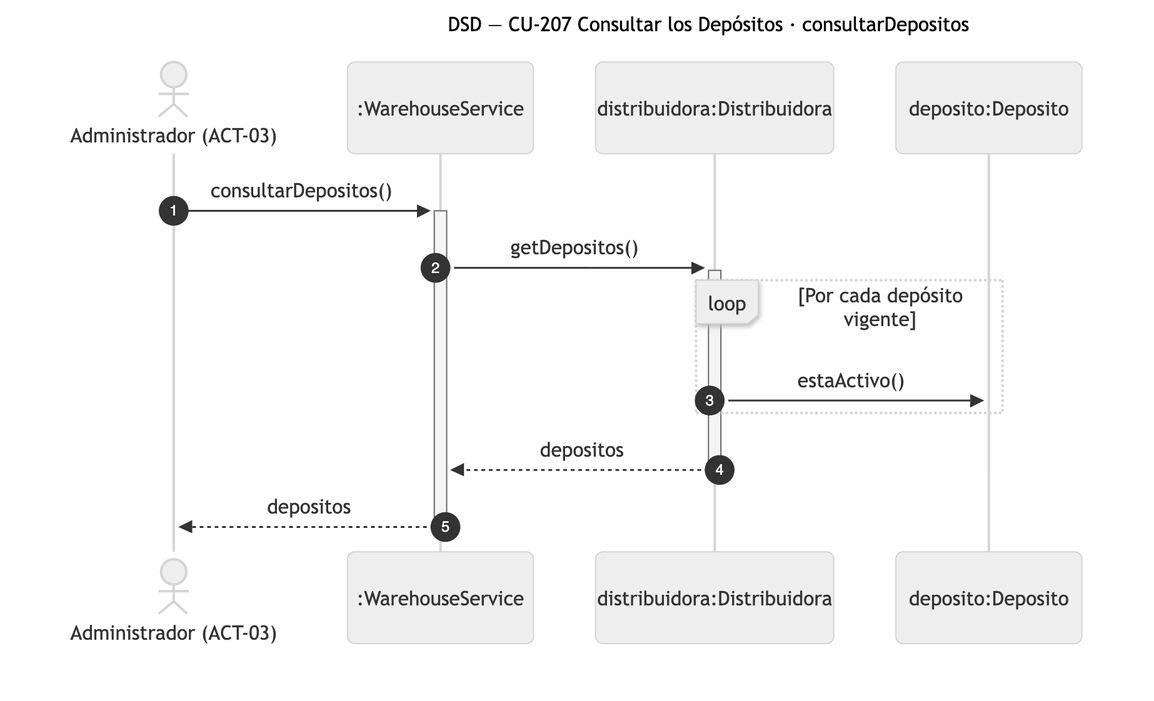
The Mermaid diagram diagramas/png/DSD_CU-207_consultarDepositos.png in Nahuelito-Dev/splg-docs, before a commit. Its source is kept beside it as diagramas/DSD_CU-207_consultarDepositos.mmd.
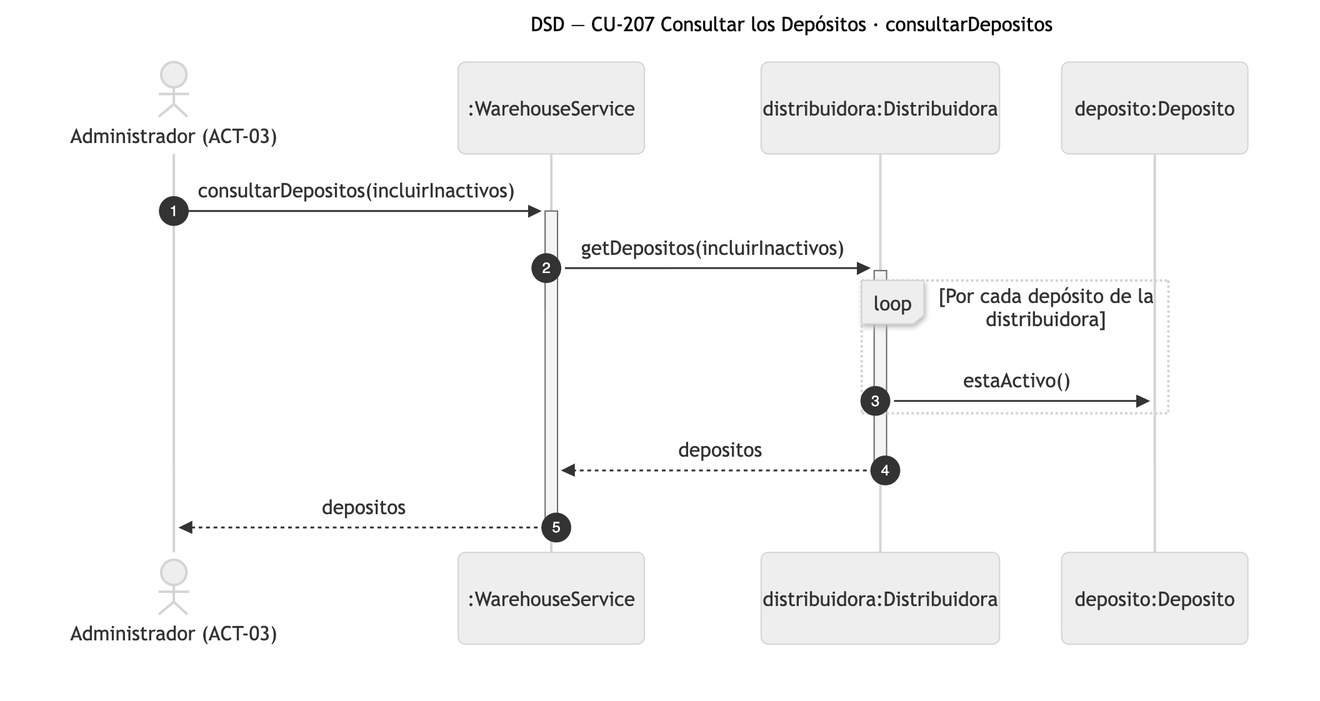
The same diagram one commit later.

The edit, as a diff of the source:
```diff
@@ -6,9 +6,9 @@
     participant DIS as distribuidora:Distribuidora
     participant DEP as deposito:Deposito
 
-    ADM->>+SRV: consultarDepositos()
-    SRV->>+DIS: getDepositos()
-    loop Por cada depósito vigente
+    ADM->>+SRV: consultarDepositos(incluirInactivos)
+    SRV->>+DIS: getDepositos(incluirInactivos)
+    loop Por cada depósito de la distribuidora
         DIS->>DEP: estaActivo()
     end
     DIS-->>-SRV: depositos
```
